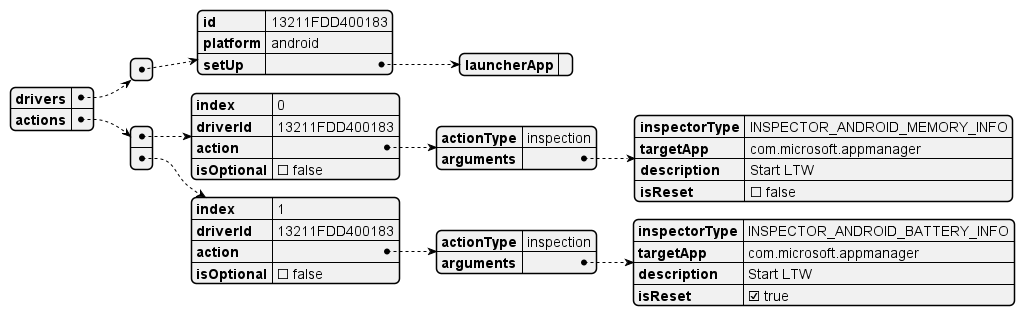
Earlier version of the PlantUML export docs/images/UML/taps_to_cases_json_with_performance_test_actions.png (microsoft/HydraLab).
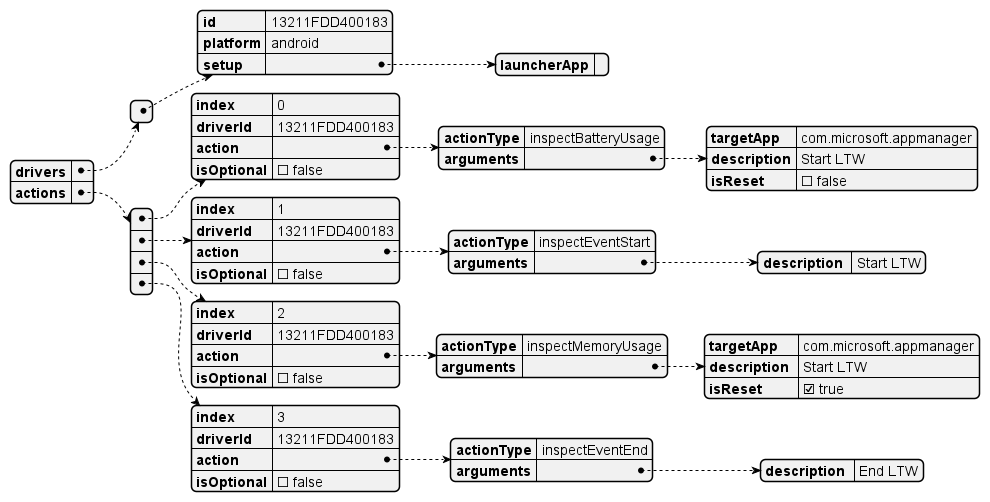
Above is the later version.

What changed in the source:
```diff
@@ -5,7 +5,7 @@
       "id": "13211FDD400183",
       "platform": "android",
 '      Deprecated Name : init
-      "setUp": {
+      "setup": {
         "launcherApp": ""
       }
 '      Can also add tearDown here to match the device action design
@@ -17,9 +17,8 @@
       "index": 0,
       "driverId": "13211FDD400183",
       "action": {
-        "actionType": "inspection",
+        "actionType": "inspectBatteryUsage",
         "arguments": {
-          "inspectorType": "INSPECTOR_ANDROID_MEMORY_INFO",
           "targetApp": "com.microsoft.appmanager",
           "description": "Start LTW",
           "isReset": false
@@ -31,12 +30,33 @@
       "index": 1,
       "driverId": "13211FDD400183",
       "action": {
-        "actionType": "inspection",
+        "actionType": "inspectEventStart",
         "arguments": {
-          "inspectorType": "INSPECTOR_ANDROID_BATTERY_INFO",
+          "description ": "Start LTW"
+        }
+      },
+      "isOptional": false
+    },
+    {
+      "index": 2,
+      "driverId": "13211FDD400183",
+      "action": {
+        "actionType": "inspectMemoryUsage",
+        "arguments": {
           "targetApp ": "com.microsoft.appmanager",
           "description ": "Start LTW",
           "isReset": true
+        }
+      },
+      "isOptional": false
+    },
+    {
+      "index": 3,
+      "driverId": "13211FDD400183",
+      "action": {
+        "actionType": "inspectEventEnd",
+        "arguments": {
+          "description ": "End LTW"
         }
       },
       "isOptional": false
```
